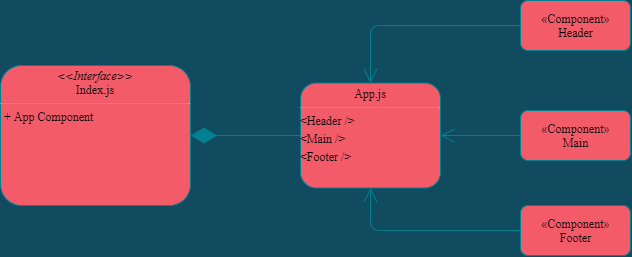
Earlier version of the draw.io export assets/lab26.png (Omar-Tarawneh/RESTy). Source tidied: cells renumbered, new cells last; positions are measured from the earlier drawing's top-left corner, leaving out a move shared by most shapes. Its diagram source:
```xml
<mxGraphModel background="#114B5F">
  <root>
    <mxCell id="0" />
    <mxCell id="1" parent="0" />
    <mxCell id="2" value="&lt;p style=&quot;margin: 0px ; margin-top: 4px ; text-align: center&quot;&gt;&lt;i&gt;&amp;lt;&amp;lt;Interface&amp;gt;&amp;gt;&lt;/i&gt;&lt;br&gt;&lt;span&gt;Index.js&lt;/span&gt;&lt;/p&gt;&lt;hr size=&quot;1&quot;&gt;&lt;p style=&quot;margin: 0px ; margin-left: 4px&quot;&gt;+ App Component&lt;br&gt;&lt;/p&gt;" style="verticalAlign=top;align=left;overflow=fill;fontSize=12;fontFamily=Times New Roman;html=1;shadow=0;rounded=1;fillColor=#F45B69;strokeColor=#028090;labelBackgroundColor=none;fontStyle=0;" parent="1" vertex="1">
      <mxGeometry y="65" width="190" height="140" as="geometry" />
    </mxCell>
    <mxCell id="3" value="«Component»&lt;br&gt;&lt;span&gt;Header&lt;/span&gt;" style="html=1;shadow=0;rounded=1;fillColor=#F45B69;strokeColor=#028090;labelBackgroundColor=none;fontFamily=Times New Roman;fontStyle=0;" parent="1" vertex="1">
      <mxGeometry x="520" width="110" height="50" as="geometry" />
    </mxCell>
    <mxCell id="4" value="«Component»&lt;br&gt;&lt;span&gt;Main&lt;/span&gt;" style="html=1;shadow=0;rounded=1;fillColor=#F45B69;strokeColor=#028090;labelBackgroundColor=none;fontFamily=Times New Roman;fontStyle=0;" parent="1" vertex="1">
      <mxGeometry x="520" y="110" width="110" height="50" as="geometry" />
    </mxCell>
    <mxCell id="5" value="«Component»&lt;br&gt;&lt;span&gt;Footer&lt;/span&gt;" style="html=1;shadow=0;rounded=1;fillColor=#F45B69;strokeColor=#028090;labelBackgroundColor=none;fontFamily=Times New Roman;fontStyle=0;" parent="1" vertex="1">
      <mxGeometry x="520" y="205" width="110" height="50" as="geometry" />
    </mxCell>
    <mxCell id="6" value="&lt;p style=&quot;margin: 0px ; margin-top: 4px ; text-align: center&quot;&gt;&lt;span&gt;App.js&lt;/span&gt;&lt;/p&gt;&lt;hr size=&quot;1&quot;&gt;&lt;div style=&quot;height: 2px&quot;&gt;&amp;lt;Header /&amp;gt;&lt;/div&gt;&lt;div style=&quot;height: 2px&quot;&gt;&lt;br&gt;&lt;/div&gt;&lt;div style=&quot;height: 2px&quot;&gt;&lt;br&gt;&lt;/div&gt;&lt;div style=&quot;height: 2px&quot;&gt;&lt;br&gt;&lt;/div&gt;&lt;div style=&quot;height: 2px&quot;&gt;&lt;br&gt;&lt;/div&gt;&lt;div style=&quot;height: 2px&quot;&gt;&lt;br&gt;&lt;/div&gt;&lt;div style=&quot;height: 2px&quot;&gt;&lt;br&gt;&lt;/div&gt;&lt;div style=&quot;height: 2px&quot;&gt;&lt;br&gt;&lt;/div&gt;&lt;div style=&quot;height: 2px&quot;&gt;&lt;br&gt;&lt;/div&gt;&lt;div style=&quot;height: 2px&quot;&gt;&amp;lt;Main /&amp;gt;&lt;/div&gt;&lt;div style=&quot;height: 2px&quot;&gt;&lt;br&gt;&lt;/div&gt;&lt;div style=&quot;height: 2px&quot;&gt;&lt;br&gt;&lt;/div&gt;&lt;div style=&quot;height: 2px&quot;&gt;&lt;br&gt;&lt;/div&gt;&lt;div style=&quot;height: 2px&quot;&gt;&lt;br&gt;&lt;/div&gt;&lt;div style=&quot;height: 2px&quot;&gt;&lt;br&gt;&lt;/div&gt;&lt;div style=&quot;height: 2px&quot;&gt;&lt;br&gt;&lt;/div&gt;&lt;div style=&quot;height: 2px&quot;&gt;&lt;br&gt;&lt;/div&gt;&lt;div style=&quot;height: 2px&quot;&gt;&lt;br&gt;&lt;/div&gt;&lt;div style=&quot;height: 2px&quot;&gt;&amp;lt;Footer /&amp;gt;&lt;/div&gt;" style="verticalAlign=top;align=left;overflow=fill;fontSize=12;fontFamily=Times New Roman;html=1;shadow=0;rounded=1;fillColor=#F45B69;strokeColor=#028090;labelBackgroundColor=none;fontStyle=0;" parent="1" vertex="1">
      <mxGeometry x="300" y="82.5" width="140" height="105" as="geometry" />
    </mxCell>
    <mxCell id="7" style="endArrow=diamondThin;endFill=1;endSize=24;html=1;exitX=0;exitY=0.5;exitDx=0;exitDy=0;entryX=1;entryY=0.5;entryDx=0;entryDy=0;shadow=0;labelBackgroundColor=none;strokeColor=#028090;fontFamily=Times New Roman;fontStyle=0;" parent="1" edge="1" source="6" target="2">
      <mxGeometry relative="1" as="geometry" />
    </mxCell>
    <mxCell id="8" style="endArrow=open;endFill=1;endSize=12;html=1;exitX=0;exitY=0.5;exitDx=0;exitDy=0;entryX=0.5;entryY=0;entryDx=0;entryDy=0;shadow=0;labelBackgroundColor=none;strokeColor=#028090;fontFamily=Times New Roman;fontStyle=0;" parent="1" edge="1" source="3" target="6">
      <mxGeometry relative="1" as="geometry">
        <Array as="points">
          <mxPoint x="370" y="25" />
        </Array>
      </mxGeometry>
    </mxCell>
    <mxCell id="9" style="endArrow=open;endFill=1;endSize=12;html=1;exitX=0;exitY=0.5;exitDx=0;exitDy=0;entryX=0.5;entryY=1;entryDx=0;entryDy=0;shadow=0;labelBackgroundColor=none;strokeColor=#028090;fontFamily=Times New Roman;fontStyle=0;" parent="1" edge="1" source="5" target="6">
      <mxGeometry relative="1" as="geometry">
        <Array as="points">
          <mxPoint x="370" y="230" />
        </Array>
      </mxGeometry>
    </mxCell>
    <mxCell id="10" style="endArrow=open;endFill=1;endSize=12;html=1;exitX=0;exitY=0.5;exitDx=0;exitDy=0;entryX=1;entryY=0.5;entryDx=0;entryDy=0;shadow=0;labelBackgroundColor=none;strokeColor=#028090;fontFamily=Times New Roman;fontStyle=0;" parent="1" edge="1" source="4" target="6">
      <mxGeometry relative="1" as="geometry" />
    </mxCell>
  </root>
</mxGraphModel>
```
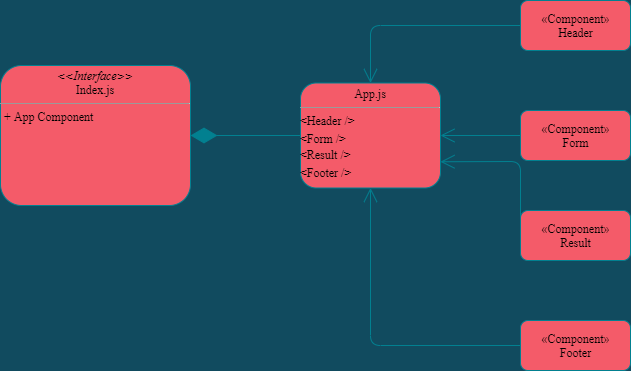
After the change.

Change to the diagram source:
```diff
@@ -8,13 +8,13 @@
     <mxCell id="3" value="«Component»&lt;br&gt;&lt;span&gt;Header&lt;/span&gt;" style="html=1;shadow=0;rounded=1;fillColor=#F45B69;strokeColor=#028090;labelBackgroundColor=none;fontFamily=Times New Roman;fontStyle=0;" parent="1" vertex="1">
       <mxGeometry x="520" width="110" height="50" as="geometry" />
     </mxCell>
-    <mxCell id="4" value="«Component»&lt;br&gt;&lt;span&gt;Main&lt;/span&gt;" style="html=1;shadow=0;rounded=1;fillColor=#F45B69;strokeColor=#028090;labelBackgroundColor=none;fontFamily=Times New Roman;fontStyle=0;" parent="1" vertex="1">
+    <mxCell id="4" value="«Component»&lt;br&gt;Form" style="html=1;shadow=0;rounded=1;fillColor=#F45B69;strokeColor=#028090;labelBackgroundColor=none;fontFamily=Times New Roman;fontStyle=0;" parent="1" vertex="1">
       <mxGeometry x="520" y="110" width="110" height="50" as="geometry" />
     </mxCell>
     <mxCell id="5" value="«Component»&lt;br&gt;&lt;span&gt;Footer&lt;/span&gt;" style="html=1;shadow=0;rounded=1;fillColor=#F45B69;strokeColor=#028090;labelBackgroundColor=none;fontFamily=Times New Roman;fontStyle=0;" parent="1" vertex="1">
-      <mxGeometry x="520" y="205" width="110" height="50" as="geometry" />
+      <mxGeometry x="520" y="320" width="110" height="50" as="geometry" />
     </mxCell>
-    <mxCell id="6" value="&lt;p style=&quot;margin: 0px ; margin-top: 4px ; text-align: center&quot;&gt;&lt;span&gt;App.js&lt;/span&gt;&lt;/p&gt;&lt;hr size=&quot;1&quot;&gt;&lt;div style=&quot;height: 2px&quot;&gt;&amp;lt;Header /&amp;gt;&lt;/div&gt;&lt;div style=&quot;height: 2px&quot;&gt;&lt;br&gt;&lt;/div&gt;&lt;div style=&quot;height: 2px&quot;&gt;&lt;br&gt;&lt;/div&gt;&lt;div style=&quot;height: 2px&quot;&gt;&lt;br&gt;&lt;/div&gt;&lt;div style=&quot;height: 2px&quot;&gt;&lt;br&gt;&lt;/div&gt;&lt;div style=&quot;height: 2px&quot;&gt;&lt;br&gt;&lt;/div&gt;&lt;div style=&quot;height: 2px&quot;&gt;&lt;br&gt;&lt;/div&gt;&lt;div style=&quot;height: 2px&quot;&gt;&lt;br&gt;&lt;/div&gt;&lt;div style=&quot;height: 2px&quot;&gt;&lt;br&gt;&lt;/div&gt;&lt;div style=&quot;height: 2px&quot;&gt;&amp;lt;Main /&amp;gt;&lt;/div&gt;&lt;div style=&quot;height: 2px&quot;&gt;&lt;br&gt;&lt;/div&gt;&lt;div style=&quot;height: 2px&quot;&gt;&lt;br&gt;&lt;/div&gt;&lt;div style=&quot;height: 2px&quot;&gt;&lt;br&gt;&lt;/div&gt;&lt;div style=&quot;height: 2px&quot;&gt;&lt;br&gt;&lt;/div&gt;&lt;div style=&quot;height: 2px&quot;&gt;&lt;br&gt;&lt;/div&gt;&lt;div style=&quot;height: 2px&quot;&gt;&lt;br&gt;&lt;/div&gt;&lt;div style=&quot;height: 2px&quot;&gt;&lt;br&gt;&lt;/div&gt;&lt;div style=&quot;height: 2px&quot;&gt;&lt;br&gt;&lt;/div&gt;&lt;div style=&quot;height: 2px&quot;&gt;&amp;lt;Footer /&amp;gt;&lt;/div&gt;" style="verticalAlign=top;align=left;overflow=fill;fontSize=12;fontFamily=Times New Roman;html=1;shadow=0;rounded=1;fillColor=#F45B69;strokeColor=#028090;labelBackgroundColor=none;fontStyle=0;" parent="1" vertex="1">
+    <mxCell id="6" value="&lt;p style=&quot;margin: 0px ; margin-top: 4px ; text-align: center&quot;&gt;&lt;span&gt;App.js&lt;/span&gt;&lt;/p&gt;&lt;hr size=&quot;1&quot;&gt;&lt;div style=&quot;height: 2px&quot;&gt;&amp;lt;Header /&amp;gt;&lt;/div&gt;&lt;div style=&quot;height: 2px&quot;&gt;&lt;br&gt;&lt;/div&gt;&lt;div style=&quot;height: 2px&quot;&gt;&lt;br&gt;&lt;/div&gt;&lt;div style=&quot;height: 2px&quot;&gt;&lt;br&gt;&lt;/div&gt;&lt;div style=&quot;height: 2px&quot;&gt;&lt;br&gt;&lt;/div&gt;&lt;div style=&quot;height: 2px&quot;&gt;&lt;br&gt;&lt;/div&gt;&lt;div style=&quot;height: 2px&quot;&gt;&lt;br&gt;&lt;/div&gt;&lt;div style=&quot;height: 2px&quot;&gt;&lt;br&gt;&lt;/div&gt;&lt;div style=&quot;height: 2px&quot;&gt;&lt;br&gt;&lt;/div&gt;&lt;div style=&quot;height: 2px&quot;&gt;&amp;lt;Form /&amp;gt;&lt;/div&gt;&lt;div style=&quot;height: 2px&quot;&gt;&lt;br&gt;&lt;/div&gt;&lt;div style=&quot;height: 2px&quot;&gt;&lt;br&gt;&lt;/div&gt;&lt;div style=&quot;height: 2px&quot;&gt;&lt;br&gt;&lt;/div&gt;&lt;div style=&quot;height: 2px&quot;&gt;&lt;br&gt;&lt;/div&gt;&lt;div style=&quot;height: 2px&quot;&gt;&lt;br&gt;&lt;/div&gt;&lt;div style=&quot;height: 2px&quot;&gt;&lt;br&gt;&lt;/div&gt;&lt;div style=&quot;height: 2px&quot;&gt;&lt;br&gt;&lt;/div&gt;&lt;div style=&quot;height: 2px&quot;&gt;&amp;lt;Result /&amp;gt;&lt;/div&gt;&lt;div style=&quot;height: 2px&quot;&gt;&lt;br&gt;&lt;/div&gt;&lt;div style=&quot;height: 2px&quot;&gt;&lt;br&gt;&lt;/div&gt;&lt;div style=&quot;height: 2px&quot;&gt;&lt;br&gt;&lt;/div&gt;&lt;div style=&quot;height: 2px&quot;&gt;&lt;br&gt;&lt;/div&gt;&lt;div style=&quot;height: 2px&quot;&gt;&lt;br&gt;&lt;/div&gt;&lt;div style=&quot;height: 2px&quot;&gt;&lt;br&gt;&lt;/div&gt;&lt;div style=&quot;height: 2px&quot;&gt;&lt;br&gt;&lt;/div&gt;&lt;div style=&quot;height: 2px&quot;&gt;&lt;br&gt;&lt;/div&gt;&lt;div style=&quot;height: 2px&quot;&gt;&amp;lt;Footer /&amp;gt;&lt;/div&gt;" style="verticalAlign=top;align=left;overflow=fill;fontSize=12;fontFamily=Times New Roman;html=1;shadow=0;rounded=1;fillColor=#F45B69;strokeColor=#028090;labelBackgroundColor=none;fontStyle=0;" parent="1" vertex="1">
       <mxGeometry x="300" y="82.5" width="140" height="105" as="geometry" />
     </mxCell>
     <mxCell id="7" style="endArrow=diamondThin;endFill=1;endSize=24;html=1;exitX=0;exitY=0.5;exitDx=0;exitDy=0;entryX=1;entryY=0.5;entryDx=0;entryDy=0;shadow=0;labelBackgroundColor=none;strokeColor=#028090;fontFamily=Times New Roman;fontStyle=0;" parent="1" edge="1" source="6" target="2">
@@ -30,12 +30,22 @@
     <mxCell id="9" style="endArrow=open;endFill=1;endSize=12;html=1;exitX=0;exitY=0.5;exitDx=0;exitDy=0;entryX=0.5;entryY=1;entryDx=0;entryDy=0;shadow=0;labelBackgroundColor=none;strokeColor=#028090;fontFamily=Times New Roman;fontStyle=0;" parent="1" edge="1" source="5" target="6">
       <mxGeometry relative="1" as="geometry">
         <Array as="points">
-          <mxPoint x="370" y="230" />
+          <mxPoint x="370" y="345" />
         </Array>
       </mxGeometry>
     </mxCell>
     <mxCell id="10" style="endArrow=open;endFill=1;endSize=12;html=1;exitX=0;exitY=0.5;exitDx=0;exitDy=0;entryX=1;entryY=0.5;entryDx=0;entryDy=0;shadow=0;labelBackgroundColor=none;strokeColor=#028090;fontFamily=Times New Roman;fontStyle=0;" parent="1" edge="1" source="4" target="6">
       <mxGeometry relative="1" as="geometry" />
     </mxCell>
+    <mxCell id="11" value="«Component»&lt;br&gt;Result" style="html=1;shadow=0;rounded=1;fillColor=#F45B69;strokeColor=#028090;labelBackgroundColor=none;fontFamily=Times New Roman;fontStyle=0;" parent="1" vertex="1">
+      <mxGeometry x="520" y="210" width="110" height="50" as="geometry" />
+    </mxCell>
+    <mxCell id="12" style="endArrow=open;endFill=1;endSize=12;html=1;exitX=0;exitY=0.5;exitDx=0;exitDy=0;entryX=1;entryY=0.75;entryDx=0;entryDy=0;shadow=0;labelBackgroundColor=none;strokeColor=#028090;fontFamily=Times New Roman;fontStyle=0;" parent="1" edge="1" source="11" target="6">
+      <mxGeometry relative="1" as="geometry">
+        <Array as="points">
+          <mxPoint x="520" y="161" />
+        </Array>
+      </mxGeometry>
+    </mxCell>
   </root>
 </mxGraphModel>
```
